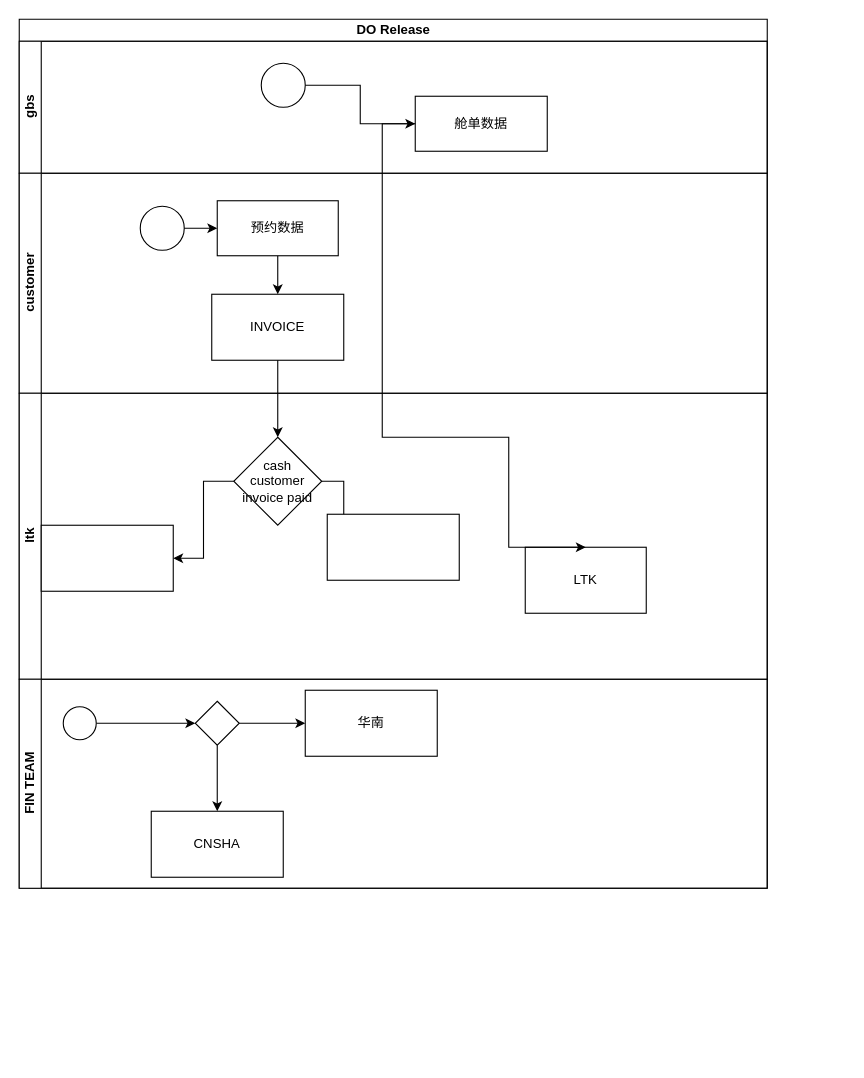
Above: biz_BL issue.drawio in yi2003/diagram (draw.io), before the change. Source tidied: cells renumbered, new cells numbered last; positions are measured from the earlier drawing's top-left corner, leaving out a move shared by most shapes. Both pictures are drawn from the tidied source at 110%, with x=0, y=0 at pixel (19, 19).
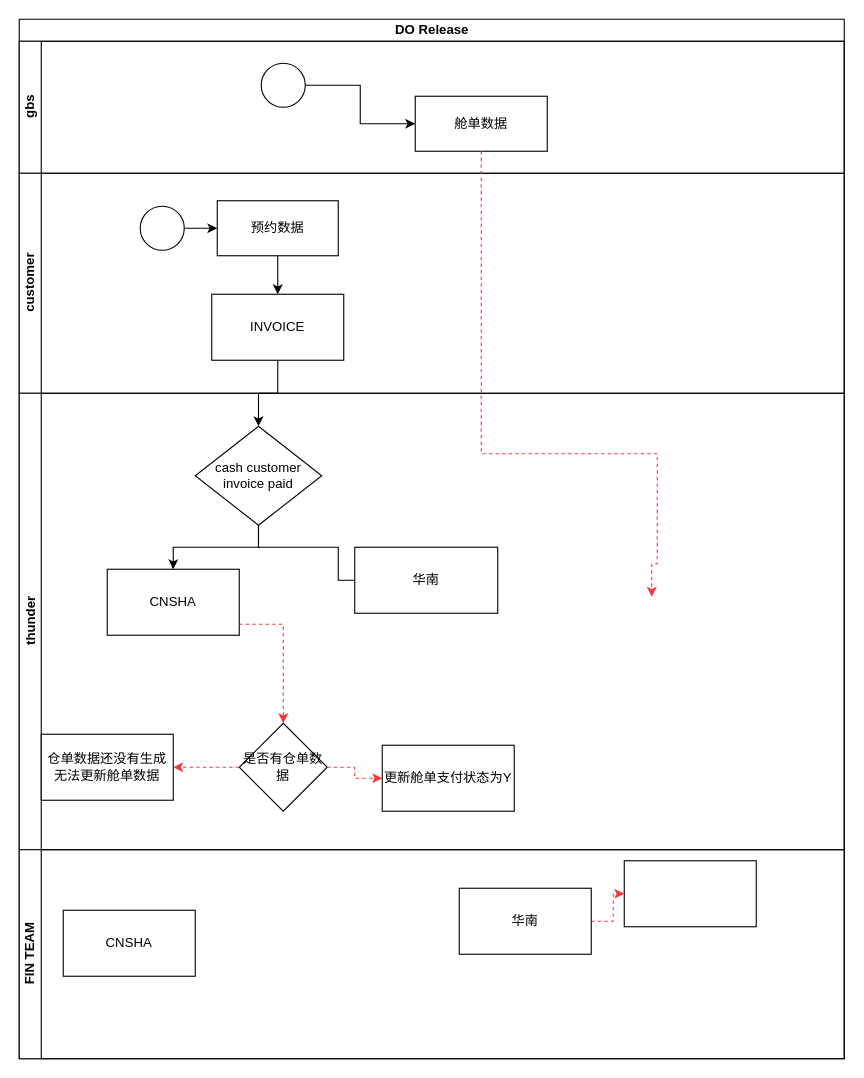
The same page after the edit.

The change refers to these unchanged cells:
```xml
<mxCell id="5" value="舱单数据" style="whiteSpace=wrap;html=1;" parent="3" vertex="1">
  <mxGeometry x="360" y="50" width="120" height="50" as="geometry" />
</mxCell>
```

Diff of the diagram source:
```diff
@@
     <mxCell id="2" value="DO Release" style="swimlane;horizontal=1;startSize=20;html=1;" parent="1" vertex="1">
-      <mxGeometry width="680" height="790" as="geometry" />
+      <mxGeometry width="750" height="945" as="geometry" />
     </mxCell>
     <mxCell id="3" value="gbs" style="swimlane;startSize=20;horizontal=0;html=1;" parent="2" vertex="1">
-      <mxGeometry y="20" width="680" height="120" as="geometry" />
+      <mxGeometry y="20" width="750" height="120" as="geometry" />
     </mxCell>
@@
     <mxCell id="7" value="customer" style="swimlane;startSize=20;horizontal=0;html=1;" parent="2" vertex="1">
-      <mxGeometry y="140" width="680" height="200" as="geometry" />
+      <mxGeometry y="140" width="750" height="200" as="geometry" />
     </mxCell>
@@
+    <mxCell id="28" style="edgeStyle=orthogonalEdgeStyle;rounded=0;jettySize=auto;html=1;entryX=0.5;entryY=0;entryDx=0;entryDy=0;exitX=0.5;exitY=1;exitDx=0;exitDy=0;strokeColor=#FF3333;dashed=1;" parent="7" edge="1" source="5">
+      <mxGeometry relative="1" as="geometry">
+        <mxPoint x="575" y="385" as="targetPoint" />
+        <Array as="points">
+          <mxPoint x="420" y="255" />
+          <mxPoint x="580" y="255" />
+          <mxPoint x="580" y="355" />
+          <mxPoint x="575" y="355" />
+        </Array>
+      </mxGeometry>
+    </mxCell>
-    <mxCell id="13" value="ltk" style="swimlane;startSize=20;horizontal=0;html=1;" parent="2" vertex="1">
-      <mxGeometry y="340" width="680" height="260" as="geometry" />
+    <mxCell id="13" value="thunder" style="swimlane;startSize=20;horizontal=0;html=1;" parent="2" vertex="1">
+      <mxGeometry y="340" width="750" height="415" as="geometry" />
     </mxCell>
-    <mxCell id="14" value="LTK" style="whiteSpace=wrap;html=1;" parent="13" vertex="1">
-      <mxGeometry x="460" y="140" width="110" height="60" as="geometry" />
-    </mxCell>
@@
-    <mxCell id="16" style="edgeStyle=orthogonalEdgeStyle;rounded=0;jettySize=auto;html=1;" parent="13" edge="1" source="17" target="19">
-      <mxGeometry relative="1" as="geometry" />
+    <mxCell id="16" style="edgeStyle=orthogonalEdgeStyle;rounded=0;jettySize=auto;html=1;entryX=0.5;entryY=0;entryDx=0;entryDy=0;" parent="13" edge="1" source="17" target="19">
+      <mxGeometry relative="1" as="geometry">
+        <Array as="points">
+          <mxPoint x="218" y="140" />
+          <mxPoint x="290" y="140" />
+        </Array>
+      </mxGeometry>
     </mxCell>
     <mxCell id="17" value="cash customer invoice paid" style="rhombus;whiteSpace=wrap;html=1;" parent="13" vertex="1">
-      <mxGeometry x="195" y="40" width="80" height="80" as="geometry" />
+      <mxGeometry x="160" y="30" width="115" height="90" as="geometry" />
     </mxCell>
-    <mxCell id="18" style="whiteSpace=wrap;html=1;" parent="13" vertex="1">
-      <mxGeometry x="20" y="120" width="120" height="60" as="geometry" />
+    <mxCell id="18" value="CNSHA" style="whiteSpace=wrap;html=1;" parent="13" vertex="1">
+      <mxGeometry x="80" y="160" width="120" height="60" as="geometry" />
     </mxCell>
-    <mxCell id="19" style="whiteSpace=wrap;html=1;" parent="13" vertex="1">
-      <mxGeometry x="280" y="110" width="120" height="60" as="geometry" />
+    <mxCell id="19" value="华南" style="whiteSpace=wrap;html=1;direction=south;" parent="13" vertex="1">
+      <mxGeometry x="305" y="140" width="130" height="60" as="geometry" />
     </mxCell>
+    <mxCell id="30" value="仓单数据还没有生成无法更新舱单数据" style="whiteSpace=wrap;html=1;" parent="13" vertex="1">
+      <mxGeometry x="20" y="310" width="120" height="60" as="geometry" />
+    </mxCell>
+    <mxCell id="31" value="是否有仓单数据" style="rhombus;whiteSpace=wrap;html=1;" parent="13" vertex="1">
+      <mxGeometry x="200" y="300" width="80" height="80" as="geometry" />
+    </mxCell>
+    <mxCell id="32" style="edgeStyle=orthogonalEdgeStyle;rounded=0;jettySize=auto;html=1;entryX=0.5;entryY=0;entryDx=0;entryDy=0;dashed=1;strokeColor=#FF3333;" parent="13" edge="1" source="18" target="31">
+      <mxGeometry relative="1" as="geometry">
+        <Array as="points">
+          <mxPoint x="240" y="210" />
+        </Array>
+      </mxGeometry>
+    </mxCell>
+    <mxCell id="33" style="edgeStyle=orthogonalEdgeStyle;rounded=0;jettySize=auto;html=1;dashed=1;strokeColor=#FF3333;" parent="13" edge="1" source="31" target="30">
+      <mxGeometry relative="1" as="geometry" />
+    </mxCell>
+    <mxCell id="34" value="更新舱单支付状态为Y" style="whiteSpace=wrap;html=1;" parent="13" vertex="1">
+      <mxGeometry x="330" y="320" width="120" height="60" as="geometry" />
+    </mxCell>
+    <mxCell id="35" style="edgeStyle=orthogonalEdgeStyle;rounded=0;jettySize=auto;html=1;dashed=1;strokeColor=#FF3333;" parent="13" edge="1" source="31" target="34">
+      <mxGeometry relative="1" as="geometry" />
+    </mxCell>
     <mxCell id="20" value="FIN TEAM" style="swimlane;startSize=20;horizontal=0;html=1;" parent="2" vertex="1">
-      <mxGeometry y="600" width="680" height="190" as="geometry" />
+      <mxGeometry y="755" width="750" height="190" as="geometry" />
     </mxCell>
-    <mxCell id="21" style="edgeStyle=orthogonalEdgeStyle;rounded=0;jettySize=auto;html=1;" parent="20" edge="1" source="22" target="25">
-      <mxGeometry relative="1" as="geometry" />
-    </mxCell>
-    <mxCell id="22" style="ellipse;" parent="20" vertex="1">
-      <mxGeometry x="40" y="25" width="30" height="30" as="geometry" />
-    </mxCell>
-    <mxCell id="23" style="edgeStyle=orthogonalEdgeStyle;rounded=0;jettySize=auto;html=1;" parent="20" edge="1" source="25" target="26">
-      <mxGeometry relative="1" as="geometry" />
-    </mxCell>
-    <mxCell id="24" style="edgeStyle=orthogonalEdgeStyle;rounded=0;jettySize=auto;html=1;" parent="20" edge="1" source="25" target="27">
-      <mxGeometry relative="1" as="geometry" />
-    </mxCell>
-    <mxCell id="25" style="rhombus;whiteSpace=wrap;html=1;" parent="20" vertex="1">
-      <mxGeometry x="160" y="20" width="40" height="40" as="geometry" />
-    </mxCell>
+    <mxCell id="36" style="edgeStyle=orthogonalEdgeStyle;rounded=0;jettySize=auto;html=1;dashed=1;strokeColor=#FF3333;" parent="20" edge="1" source="26" target="37">
+      <mxGeometry relative="1" as="geometry" />
+    </mxCell>
     <mxCell id="26" value="华南" style="whiteSpace=wrap;html=1;" parent="20" vertex="1">
-      <mxGeometry x="260" y="10" width="120" height="60" as="geometry" />
+      <mxGeometry x="400" y="35" width="120" height="60" as="geometry" />
     </mxCell>
     <mxCell id="27" value="CNSHA" style="whiteSpace=wrap;html=1;" parent="20" vertex="1">
-      <mxGeometry x="120" y="120" width="120" height="60" as="geometry" />
+      <mxGeometry x="40" y="55" width="120" height="60" as="geometry" />
     </mxCell>
-    <mxCell id="28" style="edgeStyle=orthogonalEdgeStyle;rounded=0;jettySize=auto;html=1;entryX=0.5;entryY=0;entryDx=0;entryDy=0;" parent="2" edge="1" source="5" target="14">
-      <mxGeometry relative="1" as="geometry">
-        <Array as="points">
-          <mxPoint x="330" y="95" />
-          <mxPoint x="330" y="380" />
-          <mxPoint x="445" y="380" />
-        </Array>
-      </mxGeometry>
-    </mxCell>
+    <mxCell id="37" style="whiteSpace=wrap;html=1;" parent="20" vertex="1">
+      <mxGeometry x="550" y="10" width="120" height="60" as="geometry" />
+    </mxCell>
```
